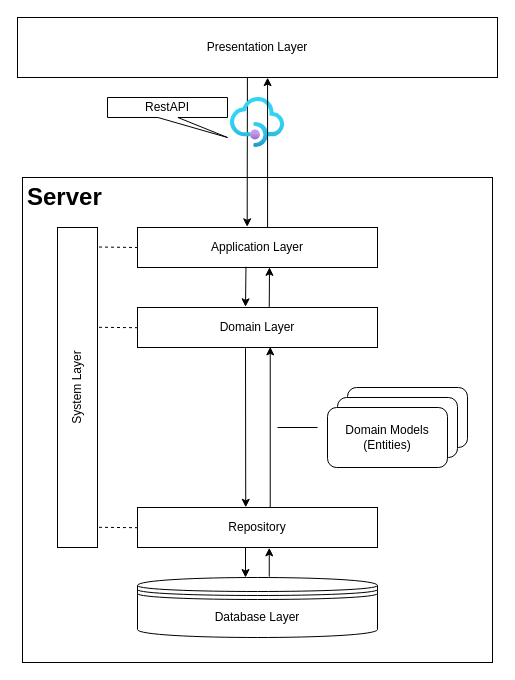
Above: docs/diagrams/ArchitectureLayer.drawio in ulftietze/hoot (draw.io), before the change. Source tidied: cells renumbered, new cells numbered last; positions are measured from the earlier drawing's top-left corner, leaving out a move shared by most shapes. Both pictures are drawn from the tidied source at 100%, with x=0, y=0 at pixel (17, 17).
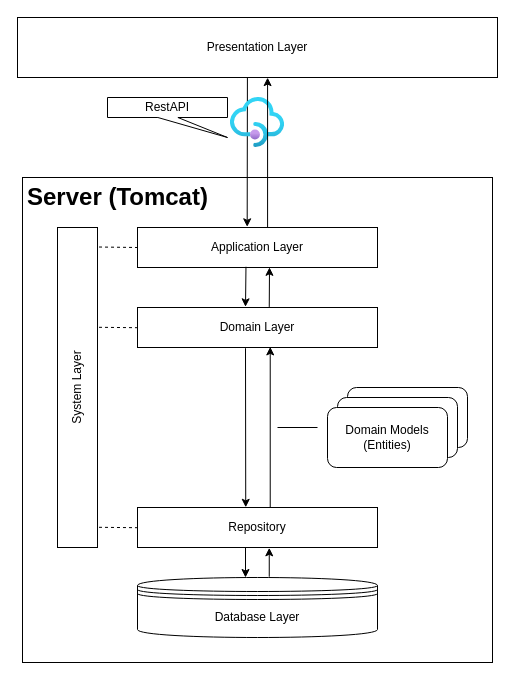
Above is the later version.

Diff of the diagram source:
```diff
@@
-    <mxCell id="26" value="&lt;h1&gt;Server&lt;/h1&gt;" style="text;html=1;strokeColor=none;fillColor=none;spacing=5;spacingTop=-20;whiteSpace=wrap;overflow=hidden;rounded=0;" parent="1" vertex="1">
-      <mxGeometry x="5" y="160" width="120" height="40" as="geometry" />
+    <mxCell id="26" value="&lt;h1&gt;Server (Tomcat)&lt;/h1&gt;" style="text;html=1;strokeColor=none;fillColor=none;spacing=5;spacingTop=-20;whiteSpace=wrap;overflow=hidden;rounded=0;" parent="1" vertex="1">
+      <mxGeometry x="5" y="160" width="195" height="40" as="geometry" />
     </mxCell>
```
